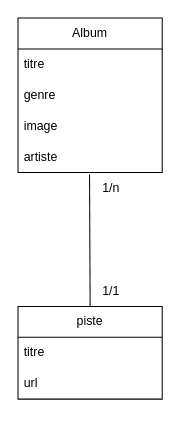
Before: server/mcd.dio in WildCodeSchool-2024-09/JS-RemoteFR-Vert-CrewCodeIle-checkpoint-3, a draw.io diagram. Source tidied: cells renumbered, new cells numbered last; positions are measured from the earlier drawing's top-left corner, leaving out a move shared by most shapes. Both pictures are drawn from the tidied source at 103%, with x=0, y=0 at pixel (18, 18).
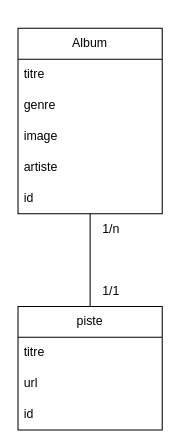
Above is the later version.

Commit message:
fix: an error on mcd, finish the step 1

The edit, as a diff of the source:
```diff
@@
 <mxGraphModel>
   <root>
     <mxCell id="0" />
     <mxCell id="1" parent="0" />
     <mxCell id="2" value="Album" style="swimlane;fontStyle=0;horizontal=1;startSize=30;whiteSpace=wrap;html=1;" parent="1" vertex="1">
-      <mxGeometry width="140" height="150" as="geometry" />
+      <mxGeometry y="10" width="140" height="180" as="geometry" />
     </mxCell>
     <mxCell id="3" value="titre" style="text;strokeColor=none;fillColor=none;align=left;verticalAlign=middle;spacingLeft=4;spacingRight=4;overflow=hidden;whiteSpace=wrap;html=1;" parent="2" vertex="1">
       <mxGeometry y="30" width="140" height="30" as="geometry" />
     </mxCell>
     <mxCell id="4" value="genre" style="text;strokeColor=none;fillColor=none;align=left;verticalAlign=middle;spacingLeft=4;spacingRight=4;overflow=hidden;whiteSpace=wrap;html=1;" parent="2" vertex="1">
       <mxGeometry y="60" width="140" height="30" as="geometry" />
     </mxCell>
     <mxCell id="5" value="image" style="text;strokeColor=none;fillColor=none;align=left;verticalAlign=middle;spacingLeft=4;spacingRight=4;overflow=hidden;whiteSpace=wrap;html=1;" parent="2" vertex="1">
       <mxGeometry y="90" width="140" height="30" as="geometry" />
     </mxCell>
     <mxCell id="6" value="artiste" style="text;strokeColor=none;fillColor=none;align=left;verticalAlign=middle;spacingLeft=4;spacingRight=4;overflow=hidden;points=[[0,0.5],[1,0.5]];portConstraint=eastwest;whiteSpace=wrap;html=1;" parent="2" vertex="1">
       <mxGeometry y="120" width="140" height="30" as="geometry" />
     </mxCell>
+    <mxCell id="13" value="id" style="text;strokeColor=none;fillColor=none;align=left;verticalAlign=middle;spacingLeft=4;spacingRight=4;overflow=hidden;points=[[0,0.5],[1,0.5]];portConstraint=eastwest;whiteSpace=wrap;html=1;" parent="2" vertex="1">
+      <mxGeometry y="150" width="140" height="30" as="geometry" />
+    </mxCell>
     <mxCell id="7" value="piste" style="swimlane;fontStyle=0;horizontal=1;startSize=30;whiteSpace=wrap;html=1;" parent="1" vertex="1">
-      <mxGeometry y="280" width="140" height="90" as="geometry" />
+      <mxGeometry y="280" width="140" height="120" as="geometry" />
     </mxCell>
     <mxCell id="8" value="titre" style="text;strokeColor=none;fillColor=none;align=left;verticalAlign=middle;spacingLeft=4;spacingRight=4;overflow=hidden;whiteSpace=wrap;html=1;" parent="7" vertex="1">
       <mxGeometry y="30" width="140" height="30" as="geometry" />
     </mxCell>
     <mxCell id="9" value="url" style="text;strokeColor=none;fillColor=none;align=left;verticalAlign=middle;spacingLeft=4;spacingRight=4;overflow=hidden;whiteSpace=wrap;html=1;" parent="7" vertex="1">
       <mxGeometry y="60" width="140" height="30" as="geometry" />
     </mxCell>
+    <mxCell id="14" value="id" style="text;strokeColor=none;fillColor=none;align=left;verticalAlign=middle;spacingLeft=4;spacingRight=4;overflow=hidden;whiteSpace=wrap;html=1;" parent="7" vertex="1">
+      <mxGeometry y="90" width="140" height="30" as="geometry" />
+    </mxCell>
-    <mxCell id="10" style="endArrow=none;html=1;entryX=0.496;entryY=1.052;entryDx=0;entryDy=0;entryPerimeter=0;exitX=0.5;exitY=0;exitDx=0;exitDy=0;" parent="1" edge="1" source="7" target="6">
+    <mxCell id="10" style="endArrow=none;html=1;exitX=0.5;exitY=0;exitDx=0;exitDy=0;" parent="1" edge="1" source="7" target="13">
       <mxGeometry relative="1" as="geometry" />
     </mxCell>
+    <mxCell id="12" value="1/1" style="text;html=1;align=center;verticalAlign=middle;strokeColor=none;fillColor=none;" parent="1" vertex="1">
+      <mxGeometry x="70" y="250" width="40" height="30" as="geometry" />
+    </mxCell>
     <mxCell id="11" value="1/n" style="text;html=1;align=center;verticalAlign=middle;strokeColor=none;fillColor=none;" parent="1" vertex="1">
-      <mxGeometry x="70" y="150" width="40" height="30" as="geometry" />
+      <mxGeometry x="70" y="190" width="40" height="30" as="geometry" />
     </mxCell>
-    <mxCell id="12" value="1/1" style="text;html=1;align=center;verticalAlign=middle;strokeColor=none;fillColor=none;" parent="1" vertex="1">
-      <mxGeometry x="70" y="250" width="40" height="30" as="geometry" />
-    </mxCell>
   </root>
 </mxGraphModel>
```
